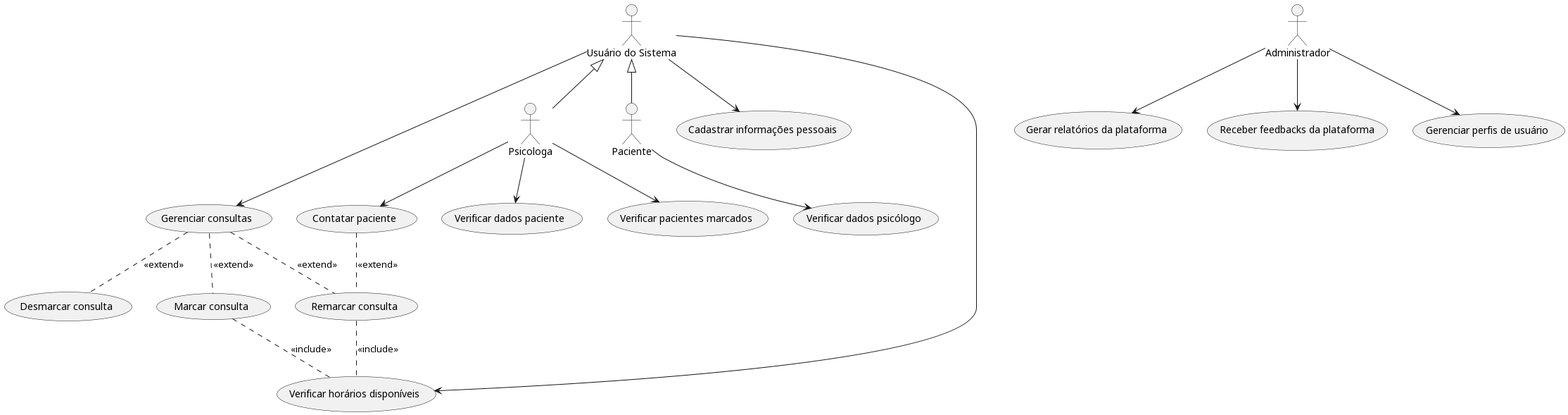
Above: out/casosuso/casosuso.png in catarinamoreiralima/apoo (PlantUML), before the change.
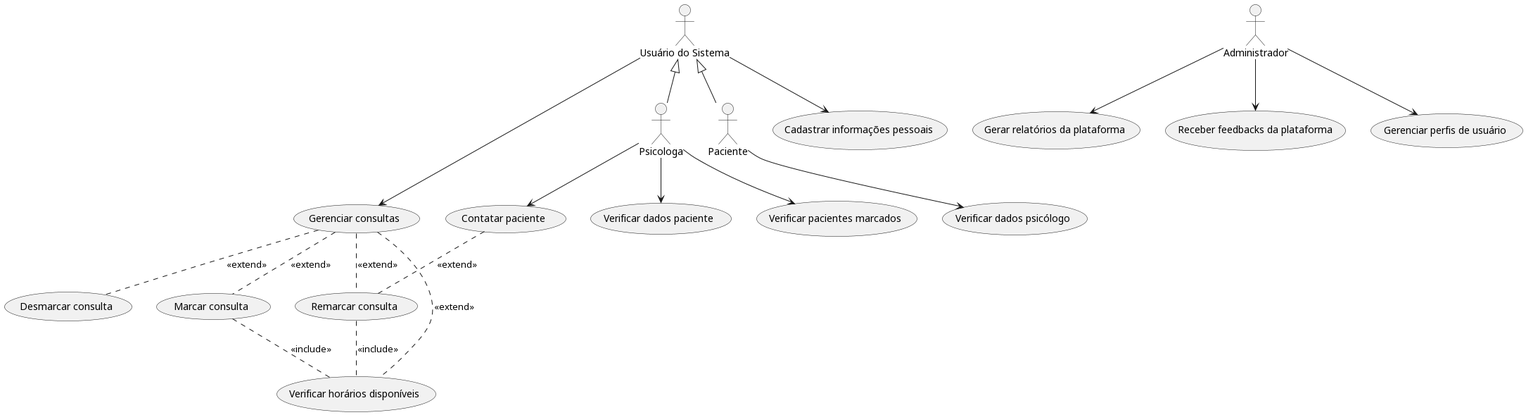
After the commit.

Commit message:
diagrama casos de uso finalizado

The edit, as a diff of the source:
```diff
@@ -32,6 +32,8 @@
 (desm) .u. (gerenciarConsultas) : <<extend>>
 (mar) .u. (gerenciarConsultas) : <<extend>>
 (rem) .u. (Contatar paciente) : <<extend>>
+(verificarHorarios) .u. (gerenciarConsultas) : <<extend>>
+
 psi -d-> (Contatar paciente)
 
 (rem) .. (verificarHorarios) : <<include>>
@@ -39,7 +41,5 @@
 
 psi -d-> (verificarPaciente)
 psi -d-> (verificarMarcados)
-
-user -d-> (verificarHorarios)
 paci -d-> (verificarPsico)
 @enduml
```
